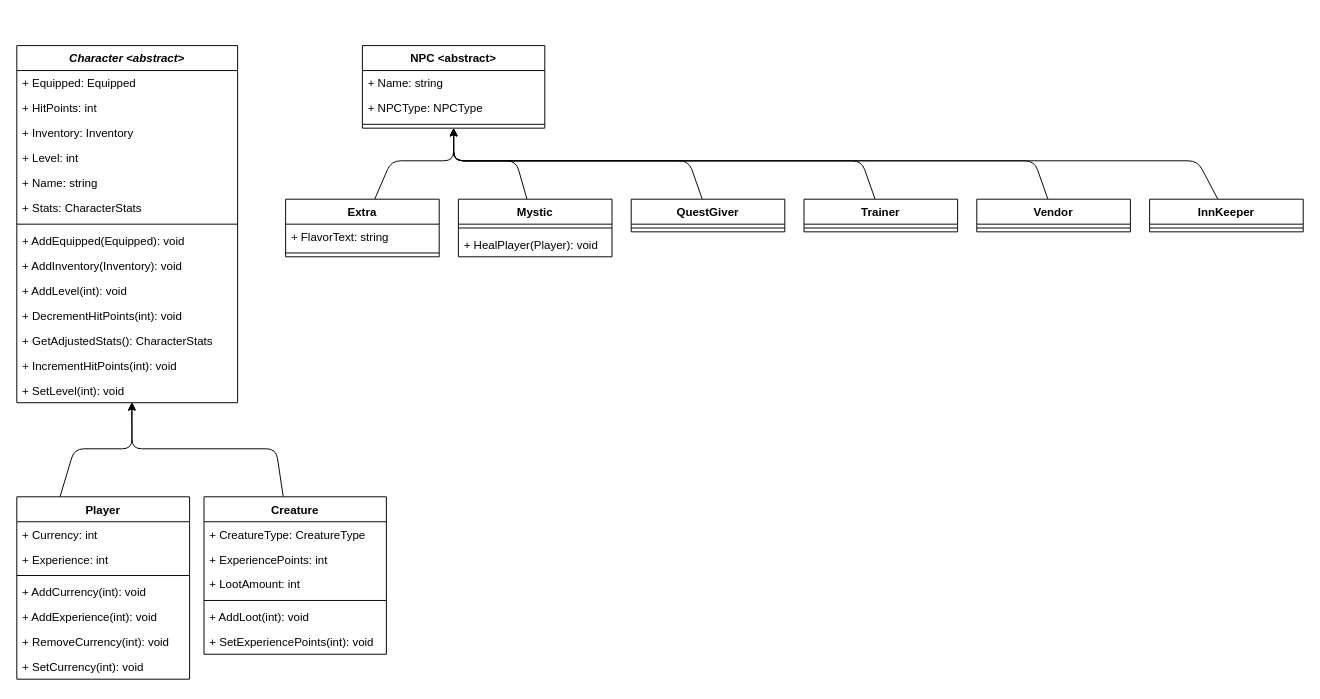
This is docs/design/domain_models/characters.drawio from scottfalbo/GameEngine, a draw.io file, before an edit. Source tidied: cells renumbered, new cells numbered last; positions are measured from the earlier drawing's top-left corner, leaving out a move shared by most shapes. Both pictures are drawn from the tidied source at 96%, with x=0, y=0 at pixel (16, 45).
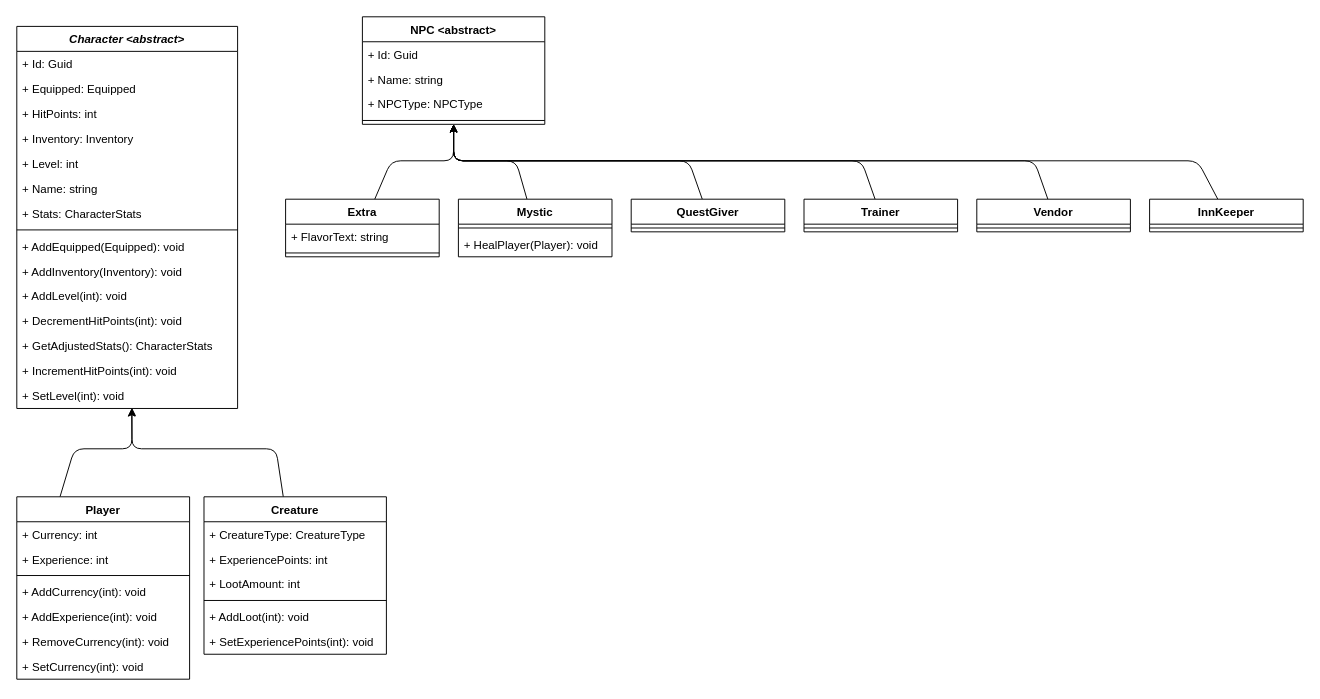
Above is the later version.

Commit message (it also covers changes not shown here):
added guid id to models

The edit, as a diff of the source:
```diff
@@
     <mxCell id="2" value="Character &lt;abstract&gt;" style="swimlane;fontStyle=3;align=center;verticalAlign=top;horizontal=1;startSize=26;" parent="1" vertex="1">
-      <mxGeometry width="230" height="372" as="geometry" />
+      <mxGeometry y="-20" width="230" height="398" as="geometry" />
     </mxCell>
+    <mxCell id="58" value="+ Id: Guid" style="text;strokeColor=none;fillColor=none;align=left;verticalAlign=top;spacingLeft=4;spacingRight=4;overflow=hidden;whiteSpace=wrap;html=1;" parent="2" vertex="1">
+      <mxGeometry y="26" width="230" height="26" as="geometry" />
+    </mxCell>
     <mxCell id="3" value="+ Equipped: Equipped" style="text;strokeColor=none;fillColor=none;align=left;verticalAlign=top;spacingLeft=4;spacingRight=4;overflow=hidden;" parent="2" vertex="1">
-      <mxGeometry y="26" width="230" height="26" as="geometry" />
+      <mxGeometry y="52" width="230" height="26" as="geometry" />
     </mxCell>
     <mxCell id="4" value="+ HitPoints: int" style="text;strokeColor=none;fillColor=none;align=left;verticalAlign=top;spacingLeft=4;spacingRight=4;overflow=hidden;" parent="2" vertex="1">
-      <mxGeometry y="52" width="230" height="26" as="geometry" />
+      <mxGeometry y="78" width="230" height="26" as="geometry" />
     </mxCell>
     <mxCell id="5" value="+ Inventory: Inventory" style="text;strokeColor=none;fillColor=none;align=left;verticalAlign=top;spacingLeft=4;spacingRight=4;overflow=hidden;" parent="2" vertex="1">
-      <mxGeometry y="78" width="230" height="26" as="geometry" />
+      <mxGeometry y="104" width="230" height="26" as="geometry" />
     </mxCell>
     <mxCell id="6" value="+ Level: int" style="text;strokeColor=none;fillColor=none;align=left;verticalAlign=top;spacingLeft=4;spacingRight=4;overflow=hidden;" parent="2" vertex="1">
-      <mxGeometry y="104" width="230" height="26" as="geometry" />
+      <mxGeometry y="130" width="230" height="26" as="geometry" />
     </mxCell>
     <mxCell id="7" value="+ Name: string" style="text;strokeColor=none;fillColor=none;align=left;verticalAlign=top;spacingLeft=4;spacingRight=4;overflow=hidden;" parent="2" vertex="1">
-      <mxGeometry y="130" width="230" height="26" as="geometry" />
+      <mxGeometry y="156" width="230" height="26" as="geometry" />
     </mxCell>
     <mxCell id="8" value="+ Stats: CharacterStats" style="text;strokeColor=none;fillColor=none;align=left;verticalAlign=top;spacingLeft=4;spacingRight=4;overflow=hidden;" parent="2" vertex="1">
-      <mxGeometry y="156" width="230" height="26" as="geometry" />
+      <mxGeometry y="182" width="230" height="26" as="geometry" />
     </mxCell>
     <mxCell id="9" style="line;strokeWidth=1;fillColor=none;align=left;verticalAlign=middle;spacingTop=-1;spacingLeft=3;spacingRight=3;labelPosition=right;strokeColor=inherit;" parent="2" vertex="1">
-      <mxGeometry y="182" width="230" height="8" as="geometry" />
+      <mxGeometry y="208" width="230" height="8" as="geometry" />
     </mxCell>
     <mxCell id="10" value="+ AddEquipped(Equipped): void" style="text;strokeColor=none;fillColor=none;align=left;verticalAlign=top;spacingLeft=4;spacingRight=4;overflow=hidden;" parent="2" vertex="1">
-      <mxGeometry y="190" width="230" height="26" as="geometry" />
+      <mxGeometry y="216" width="230" height="26" as="geometry" />
     </mxCell>
     <mxCell id="11" value="+ AddInventory(Inventory): void" style="text;strokeColor=none;fillColor=none;align=left;verticalAlign=top;spacingLeft=4;spacingRight=4;overflow=hidden;" parent="2" vertex="1">
-      <mxGeometry y="216" width="230" height="26" as="geometry" />
+      <mxGeometry y="242" width="230" height="26" as="geometry" />
     </mxCell>
     <mxCell id="12" value="+ AddLevel(int): void" style="text;strokeColor=none;fillColor=none;align=left;verticalAlign=top;spacingLeft=4;spacingRight=4;overflow=hidden;" parent="2" vertex="1">
-      <mxGeometry y="242" width="230" height="26" as="geometry" />
+      <mxGeometry y="268" width="230" height="26" as="geometry" />
     </mxCell>
     <mxCell id="13" value="+ DecrementHitPoints(int): void" style="text;strokeColor=none;fillColor=none;align=left;verticalAlign=top;spacingLeft=4;spacingRight=4;overflow=hidden;" parent="2" vertex="1">
-      <mxGeometry y="268" width="230" height="26" as="geometry" />
+      <mxGeometry y="294" width="230" height="26" as="geometry" />
     </mxCell>
     <mxCell id="14" value="+ GetAdjustedStats(): CharacterStats" style="text;strokeColor=none;fillColor=none;align=left;verticalAlign=top;spacingLeft=4;spacingRight=4;overflow=hidden;" parent="2" vertex="1">
-      <mxGeometry y="294" width="230" height="26" as="geometry" />
+      <mxGeometry y="320" width="230" height="26" as="geometry" />
     </mxCell>
     <mxCell id="15" value="+ IncrementHitPoints(int): void" style="text;strokeColor=none;fillColor=none;align=left;verticalAlign=top;spacingLeft=4;spacingRight=4;overflow=hidden;" parent="2" vertex="1">
-      <mxGeometry y="320" width="230" height="26" as="geometry" />
+      <mxGeometry y="346" width="230" height="26" as="geometry" />
     </mxCell>
     <mxCell id="16" value="+ SetLevel(int): void" style="text;strokeColor=none;fillColor=none;align=left;verticalAlign=top;spacingLeft=4;spacingRight=4;overflow=hidden;points=[[0,0.5],[1,0.5]];portConstraint=eastwest;" parent="2" vertex="1">
-      <mxGeometry y="346" width="230" height="26" as="geometry" />
+      <mxGeometry y="372" width="230" height="26" as="geometry" />
     </mxCell>
@@
     <mxCell id="34" value="NPC &lt;abstract&gt;" style="swimlane;fontStyle=1;align=center;verticalAlign=top;horizontal=1;startSize=26;" parent="1" vertex="1">
-      <mxGeometry x="360" width="190" height="86" as="geometry" />
+      <mxGeometry x="360" y="-30" width="190" height="112" as="geometry" />
     </mxCell>
+    <mxCell id="59" value="+ Id: Guid" style="text;strokeColor=none;fillColor=none;align=left;verticalAlign=top;spacingLeft=4;spacingRight=4;overflow=hidden;whiteSpace=wrap;html=1;" parent="34" vertex="1">
+      <mxGeometry y="26" width="190" height="26" as="geometry" />
+    </mxCell>
     <mxCell id="35" value="+ Name: string" style="text;strokeColor=none;fillColor=none;align=left;verticalAlign=top;spacingLeft=4;spacingRight=4;overflow=hidden;" parent="34" vertex="1">
-      <mxGeometry y="26" width="190" height="26" as="geometry" />
+      <mxGeometry y="52" width="190" height="26" as="geometry" />
     </mxCell>
     <mxCell id="36" value="+ NPCType: NPCType" style="text;strokeColor=none;fillColor=none;align=left;verticalAlign=top;spacingLeft=4;spacingRight=4;overflow=hidden;" parent="34" vertex="1">
-      <mxGeometry y="52" width="190" height="26" as="geometry" />
+      <mxGeometry y="78" width="190" height="26" as="geometry" />
     </mxCell>
     <mxCell id="37" style="line;strokeWidth=1;fillColor=none;align=left;verticalAlign=middle;spacingTop=-1;spacingLeft=3;spacingRight=3;labelPosition=right;strokeColor=inherit;" parent="34" vertex="1">
-      <mxGeometry y="78" width="190" height="8" as="geometry" />
+      <mxGeometry y="104" width="190" height="8" as="geometry" />
     </mxCell>
```
